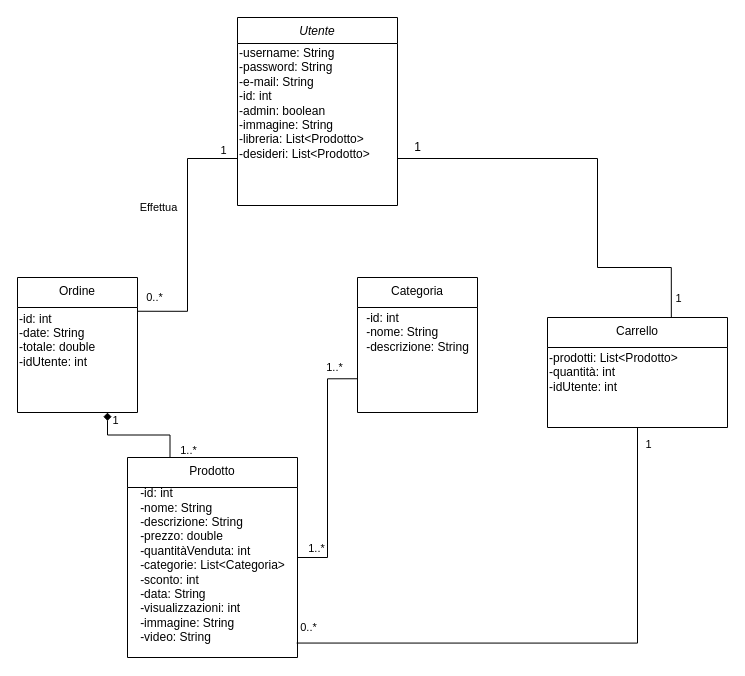
Earlier version of the draw.io diagram DELIVERABLES/RAD/Class Diagram/Class Diagram.drawio (cirofalcianoproductions/InfinityGames). Source tidied: cells renumbered, new cells numbered last; positions are measured from the earlier drawing's top-left corner, leaving out a move shared by most shapes. Both pictures are drawn from the tidied source at 100%, with x=0, y=0 at pixel (17, 17).
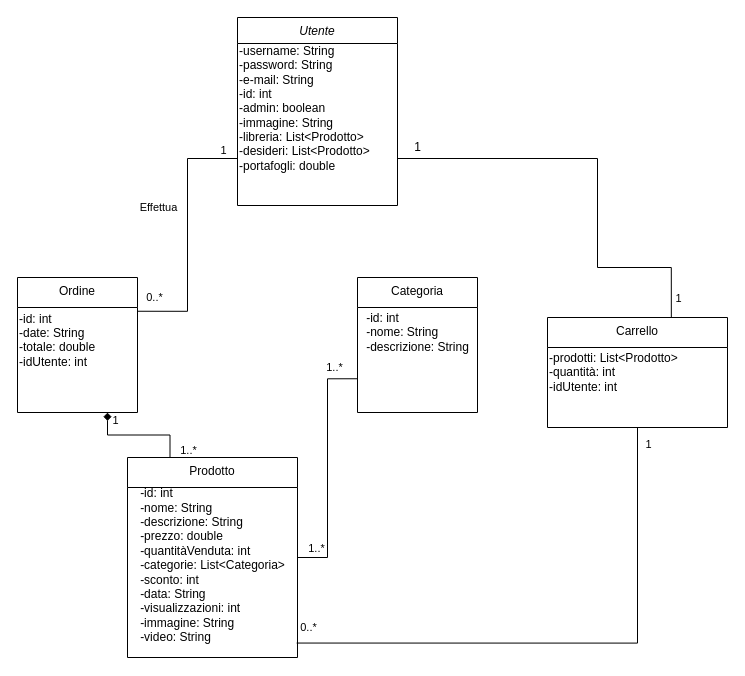
After the change.

The change refers to these unchanged cells:
```xml
<mxCell id="2" value="Utente" style="swimlane;fontStyle=2;align=center;verticalAlign=top;horizontal=1;startSize=26;rounded=0;shadow=0;strokeWidth=1;" parent="1" vertex="1">
  <mxGeometry x="220" width="160" height="188" as="geometry" />
</mxCell>
```

Change to the diagram source:
```diff
@@
-    <mxCell id="3" value="-username: String&lt;br&gt;-password: String&lt;br&gt;-e-mail: String&lt;br&gt;-id: int&lt;br&gt;-admin: boolean&lt;br&gt;-immagine: String&lt;br&gt;-libreria: List&amp;lt;Prodotto&amp;gt;&lt;br&gt;-desideri: List&amp;lt;Prodotto&amp;gt;" style="text;html=1;align=left;verticalAlign=middle;" parent="2" vertex="1">
-      <mxGeometry y="26" width="160" height="120" as="geometry" />
+    <mxCell id="3" value="-username: String&lt;br&gt;-password: String&lt;br&gt;-e-mail: String&lt;br&gt;-id: int&lt;br&gt;-admin: boolean&lt;br&gt;-immagine: String&lt;br&gt;-libreria: List&amp;lt;Prodotto&amp;gt;&lt;br&gt;-desideri: List&amp;lt;Prodotto&amp;gt;&lt;br&gt;-portafogli: double" style="text;html=1;align=left;verticalAlign=middle;" parent="2" vertex="1">
+      <mxGeometry y="26" width="160" height="130" as="geometry" />
     </mxCell>
```
